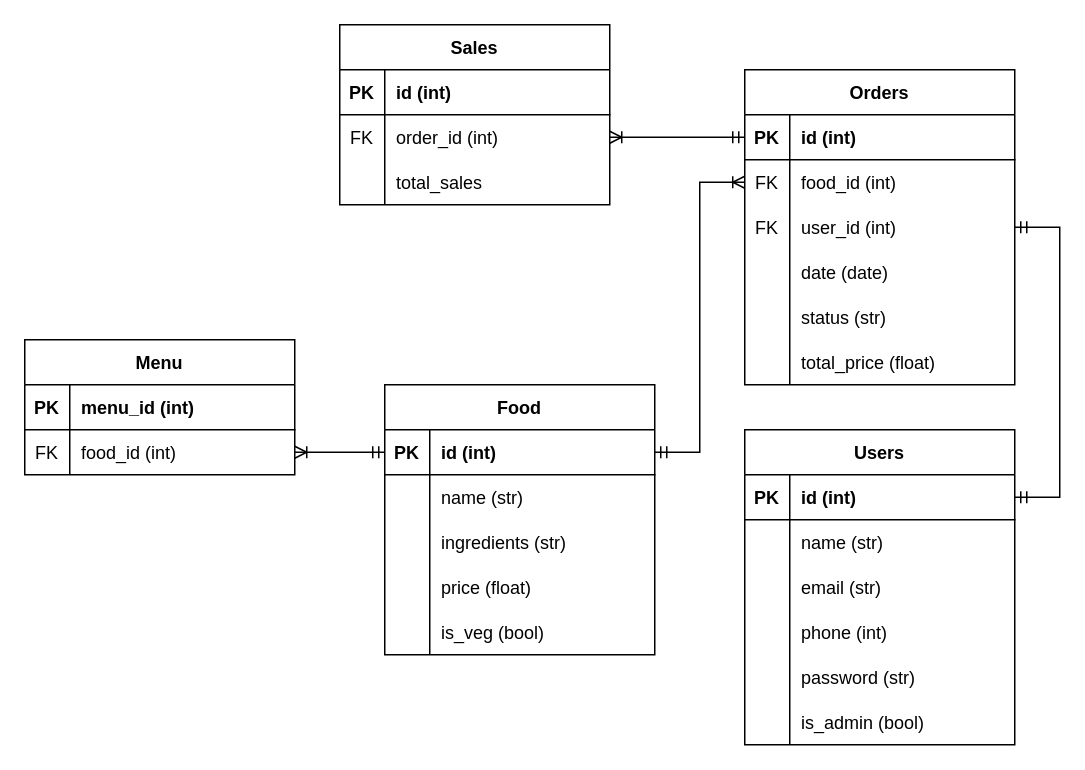
The draw.io diagram docs/ERD.drawio in john-masters/T2A2, before the edit. Source tidied: cells renumbered, new cells numbered last; positions are measured from the earlier drawing's top-left corner, leaving out a move shared by most shapes. Both pictures are drawn from the tidied source at 150%, with x=0, y=0 at pixel (24, 24).
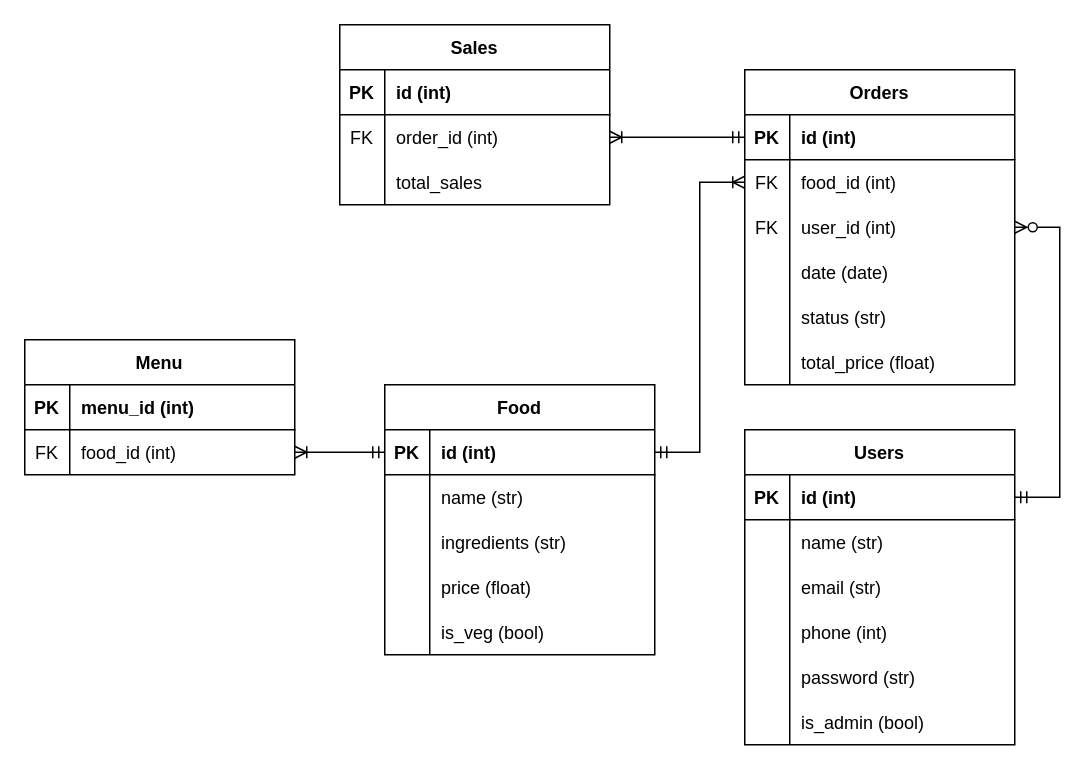
After the change.

Commit message (it also covers changes not shown here):
Updated ERd and endpoint info

The change refers to these unchanged cells:
```xml
<mxCell id="33" style="shape=tableRow;horizontal=0;startSize=0;swimlaneHead=0;swimlaneBody=0;fillColor=none;points=[[0,0.5],[1,0.5]];portConstraint=eastwest;top=0;left=0;right=0;bottom=0;" parent="26" vertex="1">
  <mxGeometry y="90" width="180" height="30" as="geometry" />
</mxCell>
<mxCell id="47" style="shape=tableRow;horizontal=0;startSize=0;swimlaneHead=0;swimlaneBody=0;fillColor=none;points=[[0,0.5],[1,0.5]];portConstraint=eastwest;top=0;left=0;right=0;bottom=1;" parent="46" vertex="1">
  <mxGeometry y="30" width="180" height="30" as="geometry" />
</mxCell>
```

Change to the diagram source:
```diff
@@
-    <mxCell id="65" style="edgeStyle=entityRelationEdgeStyle;fontSize=12;html=1;endArrow=ERmandOne;startArrow=ERmandOne;rounded=0;exitX=1;exitY=0.5;exitDx=0;exitDy=0;" parent="1" edge="1" source="33" target="47">
-      <mxGeometry relative="1" as="geometry" />
-    </mxCell>
@@
+    <mxCell id="77" style="edgeStyle=entityRelationEdgeStyle;fontSize=12;html=1;endArrow=ERzeroToMany;startArrow=ERmandOne;rounded=0;entryX=1;entryY=0.5;entryDx=0;entryDy=0;exitX=1;exitY=0.5;exitDx=0;exitDy=0;endFill=0;" parent="1" edge="1" source="47" target="33">
+      <mxGeometry relative="1" as="geometry" />
+    </mxCell>
```
